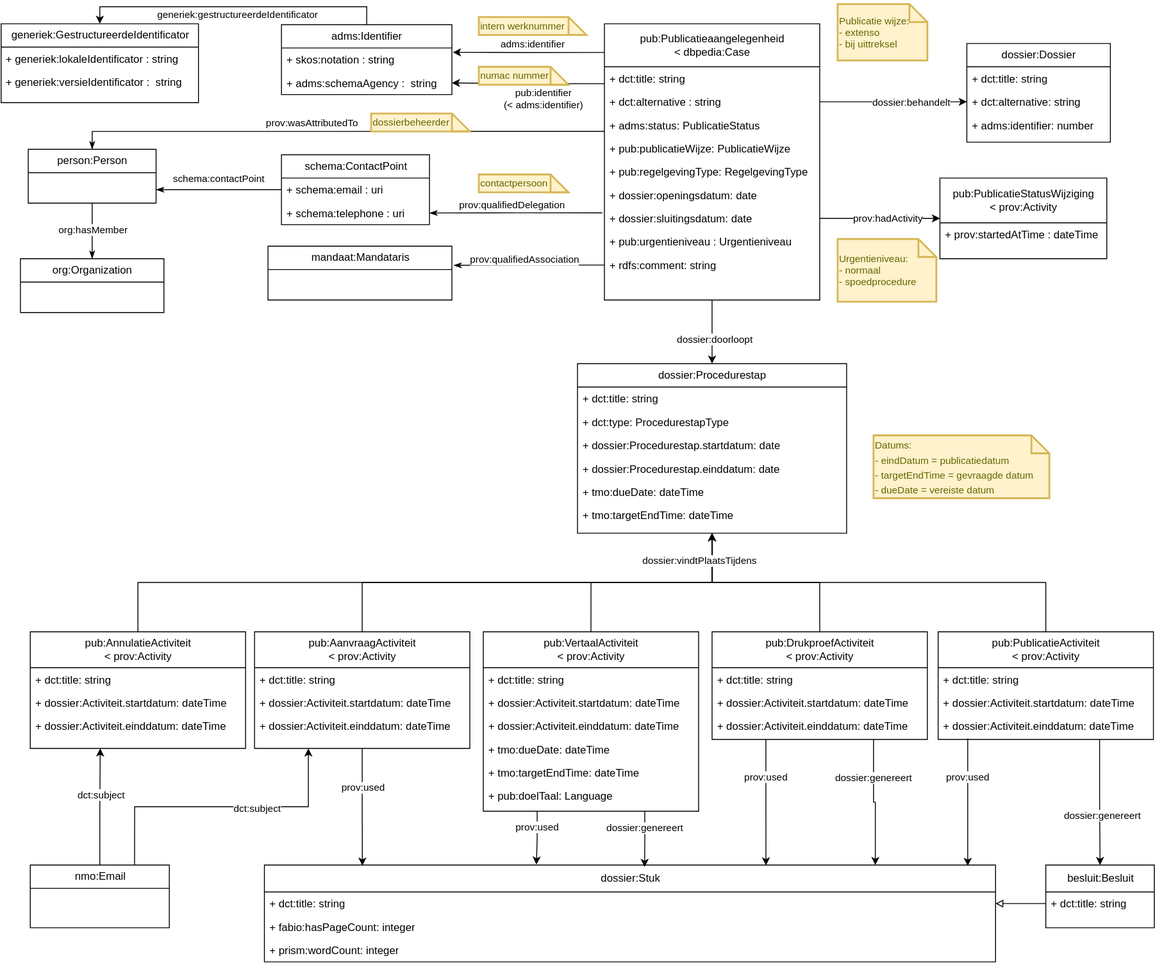
Above: images/publication-flow-data-model.svg in kanselarij-vlaanderen/kaleidos-documentation (draw.io), before the change. Source tidied: cells renumbered, new cells last; positions are measured from the earlier drawing's top-left corner, leaving out a move shared by most shapes.
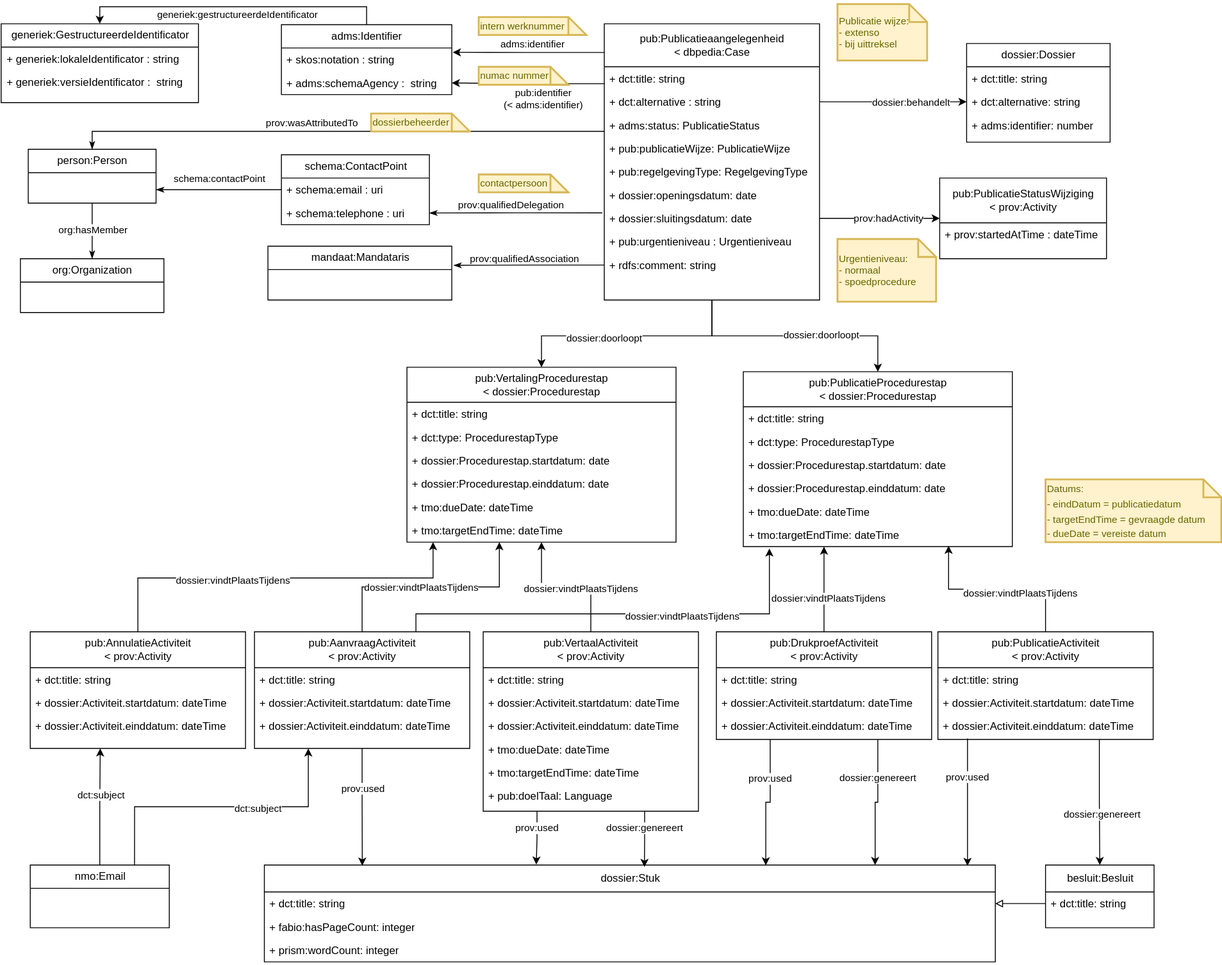
After the change.

Commit message:
Use explicit subclasses for subcases in publication flow

Change to the diagram source:
```diff
@@ -59,48 +59,26 @@
         </Array>
       </mxGeometry>
     </mxCell>
-    <mxCell id="19" style="edgeStyle=orthogonalEdgeStyle;rounded=0;jettySize=auto;html=1;exitX=0.5;exitY=1;exitDx=0;exitDy=0;" parent="1" edge="1" source="24">
-      <mxGeometry relative="1" as="geometry">
-        <mxPoint x="792.3" y="590" as="targetPoint" />
-      </mxGeometry>
-    </mxCell>
-    <mxCell id="20" style="edgeStyle=orthogonalEdgeStyle;rounded=0;jettySize=auto;html=1;endArrow=none;endFill=0;exitX=0.5;exitY=1;exitDx=0;exitDy=0;startArrow=classic;startFill=1;" parent="1" edge="1" source="24" target="86">
-      <mxGeometry relative="1" as="geometry" />
-    </mxCell>
-    <mxCell id="21" style="edgeStyle=orthogonalEdgeStyle;rounded=0;jettySize=auto;html=1;entryX=0.5;entryY=0;entryDx=0;entryDy=0;endArrow=none;endFill=0;exitX=0.5;exitY=1;exitDx=0;exitDy=0;startArrow=classic;startFill=1;" parent="1" edge="1" source="24" target="66">
-      <mxGeometry relative="1" as="geometry" />
-    </mxCell>
-    <mxCell id="22" style="edgeStyle=orthogonalEdgeStyle;rounded=0;jettySize=auto;html=1;exitX=0.5;exitY=1;exitDx=0;exitDy=0;endArrow=none;endFill=0;startArrow=classic;startFill=1;" parent="1" edge="1" source="24" target="74">
-      <mxGeometry relative="1" as="geometry" />
-    </mxCell>
-    <mxCell id="23" style="edgeStyle=orthogonalEdgeStyle;rounded=0;jettySize=auto;html=1;entryX=0.5;entryY=0;entryDx=0;entryDy=0;endArrow=none;endFill=0;exitX=0.5;exitY=1;exitDx=0;exitDy=0;startArrow=classic;startFill=1;" parent="1" edge="1" source="24" target="80">
-      <mxGeometry relative="1" as="geometry">
-        <Array as="points">
-          <mxPoint x="792" y="645" />
-          <mxPoint x="1164" y="645" />
-        </Array>
-      </mxGeometry>
-    </mxCell>
-    <mxCell id="24" value="&lt;font face=&quot;Helvetica&quot; style=&quot;font-size: 12px&quot;&gt;dossier:Procedurestap&lt;/font&gt;" style="swimlane;html=1;fontStyle=0;horizontal=1;startSize=26;fillColor=none;swimlaneFillColor=#ffffff;rounded=0;shadow=0;comic=0;labelBackgroundColor=none;strokeWidth=1;fontFamily=Verdana;fontSize=10;align=center;" parent="1" vertex="1">
-      <mxGeometry x="642" y="401" width="300" height="189" as="geometry" />
+    <mxCell id="24" value="&lt;font face=&quot;Helvetica&quot; style=&quot;font-size: 12px&quot;&gt;pub:PublicatieProcedurestap&lt;br&gt;&amp;lt; dossier:Procedurestap&lt;/font&gt;" style="swimlane;html=1;fontStyle=0;horizontal=1;startSize=39;fillColor=none;swimlaneFillColor=#ffffff;rounded=0;shadow=0;comic=0;labelBackgroundColor=none;strokeWidth=1;fontFamily=Verdana;fontSize=10;align=center;" parent="1" vertex="1">
+      <mxGeometry x="827" y="410" width="300" height="195" as="geometry" />
     </mxCell>
     <mxCell id="25" value="+ dct:title: string" style="text;html=1;strokeColor=none;fillColor=none;align=left;verticalAlign=top;spacingLeft=4;spacingRight=4;whiteSpace=wrap;overflow=hidden;" parent="24" vertex="1">
-      <mxGeometry y="26" width="300" height="26" as="geometry" />
+      <mxGeometry y="39" width="300" height="26" as="geometry" />
     </mxCell>
     <mxCell id="26" value="+ dct:type: ProcedurestapType" style="text;html=1;strokeColor=none;fillColor=none;align=left;verticalAlign=top;spacingLeft=4;spacingRight=4;whiteSpace=wrap;overflow=hidden;" parent="24" vertex="1">
-      <mxGeometry y="52" width="300" height="26" as="geometry" />
+      <mxGeometry y="65" width="300" height="26" as="geometry" />
     </mxCell>
     <mxCell id="27" value="+ dossier:Procedurestap.startdatum: date" style="text;html=1;strokeColor=none;fillColor=none;align=left;verticalAlign=top;spacingLeft=4;spacingRight=4;whiteSpace=wrap;overflow=hidden;" parent="24" vertex="1">
-      <mxGeometry y="78" width="300" height="26" as="geometry" />
+      <mxGeometry y="91" width="300" height="26" as="geometry" />
     </mxCell>
     <mxCell id="28" value="+ dossier:Procedurestap.einddatum: date" style="text;html=1;strokeColor=none;fillColor=none;align=left;verticalAlign=top;spacingLeft=4;spacingRight=4;whiteSpace=wrap;overflow=hidden;" parent="24" vertex="1">
-      <mxGeometry y="104" width="300" height="26" as="geometry" />
+      <mxGeometry y="117" width="300" height="26" as="geometry" />
     </mxCell>
     <mxCell id="29" value="+ tmo:dueDate: dateTime" style="text;html=1;strokeColor=none;fillColor=none;align=left;verticalAlign=top;spacingLeft=4;spacingRight=4;whiteSpace=wrap;overflow=hidden;" parent="24" vertex="1">
-      <mxGeometry y="130" width="300" height="26" as="geometry" />
+      <mxGeometry y="143" width="300" height="26" as="geometry" />
     </mxCell>
     <mxCell id="30" value="+ tmo:targetEndTime: dateTime" style="text;html=1;strokeColor=none;fillColor=none;align=left;verticalAlign=top;spacingLeft=4;spacingRight=4;whiteSpace=wrap;overflow=hidden;points=[[0,0.5],[1,0.5]];portConstraint=eastwest;" parent="24" vertex="1">
-      <mxGeometry y="156" width="300" height="26" as="geometry" />
+      <mxGeometry y="169" width="300" height="26" as="geometry" />
     </mxCell>
     <mxCell id="31" style="edgeStyle=orthogonalEdgeStyle;rounded=0;jettySize=auto;html=1;exitX=1;exitY=0.5;exitDx=0;exitDy=0;entryX=0;entryY=0.5;entryDx=0;entryDy=0;fontFamily=Helvetica;fontSize=12;" parent="1" edge="1" source="6" target="16">
       <mxGeometry relative="1" as="geometry" />
@@ -115,7 +93,7 @@
       <mxGeometry x="932" y="262" width="110" height="70" as="geometry" />
     </mxCell>
     <mxCell id="35" value="&lt;font style=&quot;font-size: 11px&quot;&gt;Datums:&lt;br&gt;- eindDatum = publicatiedatum&lt;br&gt;- targetEndTime = gevraagde datum&lt;br&gt;- dueDate = vereiste datum&lt;/font&gt;" style="shape=note;strokeWidth=2;fontSize=14;size=20;whiteSpace=wrap;html=1;fillColor=#fff2cc;strokeColor=#d6b656;fontColor=#666600;align=left;" parent="1" vertex="1">
-      <mxGeometry x="972" y="481" width="196" height="70" as="geometry" />
+      <mxGeometry x="1164" y="530" width="196" height="70" as="geometry" />
     </mxCell>
     <mxCell id="36" style="edgeStyle=orthogonalEdgeStyle;rounded=0;jettySize=auto;html=1;entryX=0.372;entryY=-0.004;entryDx=0;entryDy=0;entryPerimeter=0;exitX=0.25;exitY=1;exitDx=0;exitDy=0;" parent="1" edge="1" source="38" target="70">
       <mxGeometry relative="1" as="geometry" />
@@ -123,6 +101,14 @@
     <mxCell id="37" value="prov:used" style="edgeLabel;html=1;align=center;verticalAlign=middle;" parent="36" vertex="1">
       <mxGeometry x="-0.41" y="-1" relative="1" as="geometry" />
     </mxCell>
+    <mxCell id="123" style="edgeStyle=orthogonalEdgeStyle;rounded=0;jettySize=auto;html=1;exitX=0.5;exitY=0;exitDx=0;exitDy=0;" parent="1" edge="1" source="38">
+      <mxGeometry relative="1" as="geometry">
+        <mxPoint x="602" y="600" as="targetPoint" />
+      </mxGeometry>
+    </mxCell>
+    <mxCell id="124" value="dossier:vindtPlaatsTijdens" style="edgeLabel;html=1;align=center;verticalAlign=middle;" parent="123" vertex="1">
+      <mxGeometry x="-0.2" y="1" relative="1" as="geometry" />
+    </mxCell>
     <mxCell id="38" value="&lt;font face=&quot;Helvetica&quot; style=&quot;font-size: 12px&quot;&gt;pub:VertaalActiviteit &lt;br&gt;&amp;lt; prov:Activity&lt;/font&gt;" style="swimlane;html=1;fontStyle=0;horizontal=1;startSize=40;fillColor=none;swimlaneFillColor=#ffffff;rounded=0;shadow=0;comic=0;labelBackgroundColor=none;strokeWidth=1;fontFamily=Verdana;fontSize=10;align=center;" parent="1" vertex="1">
       <mxGeometry x="537" y="700" width="240" height="200" as="geometry" />
     </mxCell>
@@ -215,6 +201,29 @@
         <mxPoint y="-1" as="offset" />
       </mxGeometry>
     </mxCell>
+    <mxCell id="125" style="edgeStyle=orthogonalEdgeStyle;rounded=0;jettySize=auto;html=1;exitX=0.75;exitY=0;exitDx=0;exitDy=0;entryX=0.097;entryY=1.077;entryDx=0;entryDy=0;entryPerimeter=0;" parent="1" edge="1" source="66" target="30">
+      <mxGeometry relative="1" as="geometry">
+        <Array as="points">
+          <mxPoint x="462" y="680" />
+          <mxPoint x="856" y="680" />
+        </Array>
+      </mxGeometry>
+    </mxCell>
+    <mxCell id="126" value="dossier:vindtPlaatsTijdens" style="edgeLabel;html=1;align=center;verticalAlign=middle;" parent="125" vertex="1">
+      <mxGeometry x="0.3" y="-2" relative="1" as="geometry" />
+    </mxCell>
+    <mxCell id="127" style="edgeStyle=orthogonalEdgeStyle;rounded=0;jettySize=auto;html=1;exitX=0.5;exitY=0;exitDx=0;exitDy=0;" parent="1" edge="1" source="66">
+      <mxGeometry relative="1" as="geometry">
+        <mxPoint x="555" y="600" as="targetPoint" />
+        <Array as="points">
+          <mxPoint x="402" y="650" />
+          <mxPoint x="555" y="650" />
+        </Array>
+      </mxGeometry>
+    </mxCell>
+    <mxCell id="128" value="dossier:vindtPlaatsTijdens" style="edgeLabel;html=1;align=center;verticalAlign=middle;" parent="127" vertex="1">
+      <mxGeometry x="-0.09" relative="1" as="geometry" />
+    </mxCell>
     <mxCell id="66" value="&lt;font face=&quot;Helvetica&quot; style=&quot;font-size: 12px&quot;&gt;pub:AanvraagActiviteit &lt;br&gt;&amp;lt; prov:Activity&lt;/font&gt;" style="swimlane;html=1;fontStyle=0;horizontal=1;startSize=40;fillColor=none;swimlaneFillColor=#ffffff;rounded=0;shadow=0;comic=0;labelBackgroundColor=none;strokeWidth=1;fontFamily=Verdana;fontSize=10;align=center;" parent="1" vertex="1">
       <mxGeometry x="282" y="700" width="240" height="130" as="geometry" />
     </mxCell>
@@ -239,8 +248,14 @@
     <mxCell id="73" value="+ prism:wordCount: integer" style="text;html=1;strokeColor=none;fillColor=none;align=left;verticalAlign=top;spacingLeft=4;spacingRight=4;whiteSpace=wrap;overflow=hidden;" parent="70" vertex="1">
       <mxGeometry y="82" width="815" height="26" as="geometry" />
     </mxCell>
+    <mxCell id="129" style="edgeStyle=orthogonalEdgeStyle;rounded=0;jettySize=auto;html=1;exitX=0.5;exitY=0;exitDx=0;exitDy=0;entryX=0.3;entryY=1;entryDx=0;entryDy=0;entryPerimeter=0;" parent="1" edge="1" source="74" target="30">
+      <mxGeometry relative="1" as="geometry" />
+    </mxCell>
+    <mxCell id="130" value="dossier:vindtPlaatsTijdens" style="edgeLabel;html=1;align=center;verticalAlign=middle;" parent="129" vertex="1">
+      <mxGeometry x="-0.2" y="-4" relative="1" as="geometry" />
+    </mxCell>
     <mxCell id="74" value="&lt;font face=&quot;Helvetica&quot; style=&quot;font-size: 12px&quot;&gt;pub:DrukproefActiviteit &lt;br&gt;&amp;lt; prov:Activity&lt;/font&gt;" style="swimlane;html=1;fontStyle=0;horizontal=1;startSize=40;fillColor=none;swimlaneFillColor=#ffffff;rounded=0;shadow=0;comic=0;labelBackgroundColor=none;strokeWidth=1;fontFamily=Verdana;fontSize=10;align=center;" parent="1" vertex="1">
-      <mxGeometry x="792" y="700" width="240" height="120" as="geometry" />
+      <mxGeometry x="797" y="700" width="240" height="120" as="geometry" />
     </mxCell>
     <mxCell id="75" value="+ dct:title: string" style="text;html=1;strokeColor=none;fillColor=none;align=left;verticalAlign=top;spacingLeft=4;spacingRight=4;whiteSpace=wrap;overflow=hidden;" parent="74" vertex="1">
       <mxGeometry y="40" width="240" height="26" as="geometry" />
@@ -257,6 +272,14 @@
     <mxCell id="79" value="dossier:genereert" style="edgeLabel;html=1;align=center;verticalAlign=middle;" parent="78" vertex="1">
       <mxGeometry x="0.2" y="2" relative="1" as="geometry" />
     </mxCell>
+    <mxCell id="131" style="edgeStyle=orthogonalEdgeStyle;rounded=0;jettySize=auto;html=1;entryX=0.763;entryY=0.962;entryDx=0;entryDy=0;entryPerimeter=0;" parent="1" edge="1" source="80" target="30">
+      <mxGeometry relative="1" as="geometry" />
+    </mxCell>
+    <mxCell id="132" value="dossier:vindtPlaatsTijdens" style="edgeLabel;html=1;align=center;verticalAlign=middle;" parent="131" vertex="1">
+      <mxGeometry x="-0.25" y="4" relative="1" as="geometry">
+        <mxPoint x="1" as="offset" />
+      </mxGeometry>
+    </mxCell>
     <mxCell id="80" value="&lt;font face=&quot;Helvetica&quot; style=&quot;font-size: 12px&quot;&gt;pub:PublicatieActiviteit &lt;br&gt;&amp;lt; prov:Activity&lt;/font&gt;" style="swimlane;html=1;fontStyle=0;horizontal=1;startSize=40;fillColor=none;swimlaneFillColor=#ffffff;rounded=0;shadow=0;comic=0;labelBackgroundColor=none;strokeWidth=1;fontFamily=Verdana;fontSize=10;align=center;" parent="1" vertex="1">
       <mxGeometry x="1044" y="700" width="240" height="120" as="geometry" />
     </mxCell>
@@ -277,6 +300,17 @@
     <mxCell id="85" value="dct:subject" style="edgeLabel;html=1;align=center;verticalAlign=middle;" parent="84" vertex="1">
       <mxGeometry x="0.21" relative="1" as="geometry" />
     </mxCell>
+    <mxCell id="133" style="edgeStyle=orthogonalEdgeStyle;rounded=0;jettySize=auto;html=1;exitX=0.5;exitY=0;exitDx=0;exitDy=0;entryX=0.097;entryY=1;entryDx=0;entryDy=0;entryPerimeter=0;" parent="1" edge="1" source="86" target="141">
+      <mxGeometry relative="1" as="geometry">
+        <Array as="points">
+          <mxPoint x="152" y="640" />
+          <mxPoint x="481" y="640" />
+        </Array>
+      </mxGeometry>
+    </mxCell>
+    <mxCell id="134" value="dossier:vindtPlaatsTijdens" style="edgeLabel;html=1;align=center;verticalAlign=middle;" parent="133" vertex="1">
+      <mxGeometry x="-0.23" y="-2" relative="1" as="geometry" />
+    </mxCell>
     <mxCell id="86" value="&lt;font face=&quot;Helvetica&quot; style=&quot;font-size: 12px&quot;&gt;pub:AnnulatieActiviteit &lt;br&gt;&amp;lt; prov:Activity&lt;/font&gt;" style="swimlane;html=1;fontStyle=0;horizontal=1;startSize=40;fillColor=none;swimlaneFillColor=#ffffff;rounded=0;shadow=0;comic=0;labelBackgroundColor=none;strokeWidth=1;fontFamily=Verdana;fontSize=10;align=center;" parent="1" vertex="1">
       <mxGeometry x="32" y="700" width="240" height="130" as="geometry" />
     </mxCell>
@@ -409,13 +443,38 @@
     <mxCell id="120" value="dossierbeheerder" style="shape=note;strokeWidth=2;fontSize=11;size=20;whiteSpace=wrap;html=1;fillColor=#fff2cc;strokeColor=#d6b656;fontColor=#666600;align=left;" parent="1" vertex="1">
       <mxGeometry x="412" y="122" width="110" height="20" as="geometry" />
     </mxCell>
-    <mxCell id="121" style="edgeStyle=orthogonalEdgeStyle;rounded=0;jettySize=auto;html=1;entryX=0.5;entryY=0;entryDx=0;entryDy=0;endArrow=none;endFill=0;exitX=0.5;exitY=1;exitDx=0;exitDy=0;startArrow=classic;startFill=1;" parent="1" edge="1" source="24" target="38">
-      <mxGeometry relative="1" as="geometry" />
-    </mxCell>
-    <mxCell id="122" value="dossier:vindtPlaatsTijdens" style="edgeLabel;html=1;align=center;verticalAlign=middle;" parent="121" vertex="1">
-      <mxGeometry x="-0.41" y="-1" relative="1" as="geometry">
-        <mxPoint x="2.9" y="-24" as="offset" />
-      </mxGeometry>
-    </mxCell>
+    <mxCell id="135" value="&lt;font face=&quot;Helvetica&quot; style=&quot;font-size: 12px&quot;&gt;pub:VertalingProcedurestap&lt;br&gt;&amp;lt; dossier:Procedurestap&lt;/font&gt;" style="swimlane;html=1;fontStyle=0;horizontal=1;startSize=39;fillColor=none;swimlaneFillColor=#ffffff;rounded=0;shadow=0;comic=0;labelBackgroundColor=none;strokeWidth=1;fontFamily=Verdana;fontSize=10;align=center;" parent="1" vertex="1">
+      <mxGeometry x="452" y="405" width="300" height="195" as="geometry" />
+    </mxCell>
+    <mxCell id="136" value="+ dct:title: string" style="text;html=1;strokeColor=none;fillColor=none;align=left;verticalAlign=top;spacingLeft=4;spacingRight=4;whiteSpace=wrap;overflow=hidden;" parent="135" vertex="1">
+      <mxGeometry y="39" width="300" height="26" as="geometry" />
+    </mxCell>
+    <mxCell id="137" value="+ dct:type: ProcedurestapType" style="text;html=1;strokeColor=none;fillColor=none;align=left;verticalAlign=top;spacingLeft=4;spacingRight=4;whiteSpace=wrap;overflow=hidden;" parent="135" vertex="1">
+      <mxGeometry y="65" width="300" height="26" as="geometry" />
+    </mxCell>
+    <mxCell id="138" value="+ dossier:Procedurestap.startdatum: date" style="text;html=1;strokeColor=none;fillColor=none;align=left;verticalAlign=top;spacingLeft=4;spacingRight=4;whiteSpace=wrap;overflow=hidden;" parent="135" vertex="1">
+      <mxGeometry y="91" width="300" height="26" as="geometry" />
+    </mxCell>
+    <mxCell id="139" value="+ dossier:Procedurestap.einddatum: date" style="text;html=1;strokeColor=none;fillColor=none;align=left;verticalAlign=top;spacingLeft=4;spacingRight=4;whiteSpace=wrap;overflow=hidden;" parent="135" vertex="1">
+      <mxGeometry y="117" width="300" height="26" as="geometry" />
+    </mxCell>
+    <mxCell id="140" value="+ tmo:dueDate: dateTime" style="text;html=1;strokeColor=none;fillColor=none;align=left;verticalAlign=top;spacingLeft=4;spacingRight=4;whiteSpace=wrap;overflow=hidden;" parent="135" vertex="1">
+      <mxGeometry y="143" width="300" height="26" as="geometry" />
+    </mxCell>
+    <mxCell id="141" value="+ tmo:targetEndTime: dateTime" style="text;html=1;strokeColor=none;fillColor=none;align=left;verticalAlign=top;spacingLeft=4;spacingRight=4;whiteSpace=wrap;overflow=hidden;points=[[0,0.5],[1,0.5]];portConstraint=eastwest;" parent="135" vertex="1">
+      <mxGeometry y="169" width="300" height="26" as="geometry" />
+    </mxCell>
+    <mxCell id="142" style="edgeStyle=orthogonalEdgeStyle;rounded=0;jettySize=auto;html=1;fontFamily=Helvetica;fontSize=12;entryX=0.5;entryY=0;entryDx=0;entryDy=0;" parent="1" edge="1" target="135">
+      <mxGeometry relative="1" as="geometry">
+        <mxPoint x="792" y="330" as="sourcePoint" />
+        <Array as="points">
+          <mxPoint x="792" y="370" />
+          <mxPoint x="602" y="370" />
+        </Array>
+      </mxGeometry>
+    </mxCell>
+    <mxCell id="143" value="dossier:doorloopt" style="edgeLabel;html=1;align=center;verticalAlign=middle;" parent="142" vertex="1">
+      <mxGeometry x="0.22" y="2" relative="1" as="geometry" />
+    </mxCell>
   </root>
 </mxGraphModel>
```
